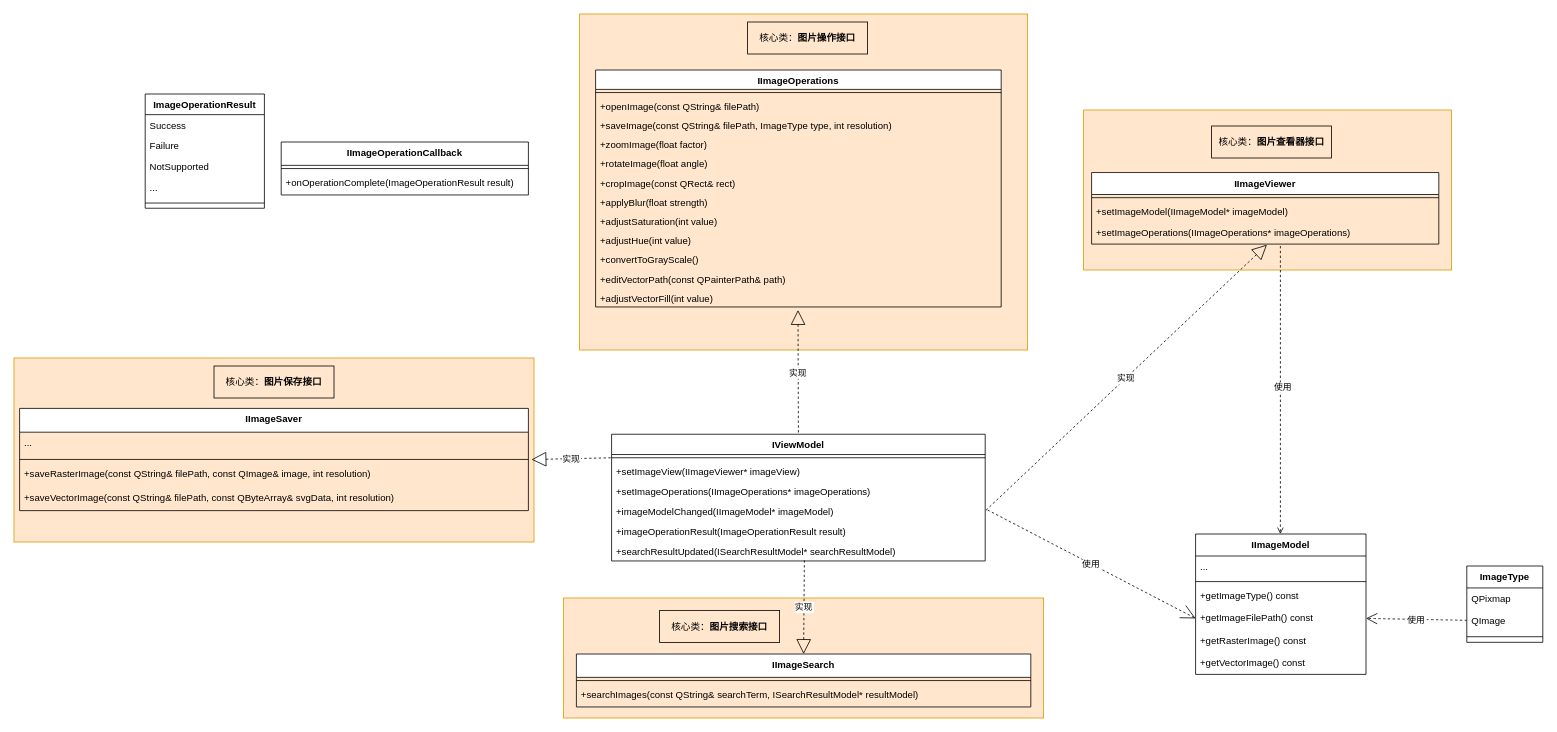
This is 未命名绘图.drawio from YDLinStars/myblog, a draw.io file, before an edit. Source tidied: cells renumbered, new cells numbered last; positions are measured from the earlier drawing's top-left corner, leaving out a move shared by most shapes. Both pictures are drawn from the tidied source at 80%, with x=0, y=0 at pixel (14, 14).
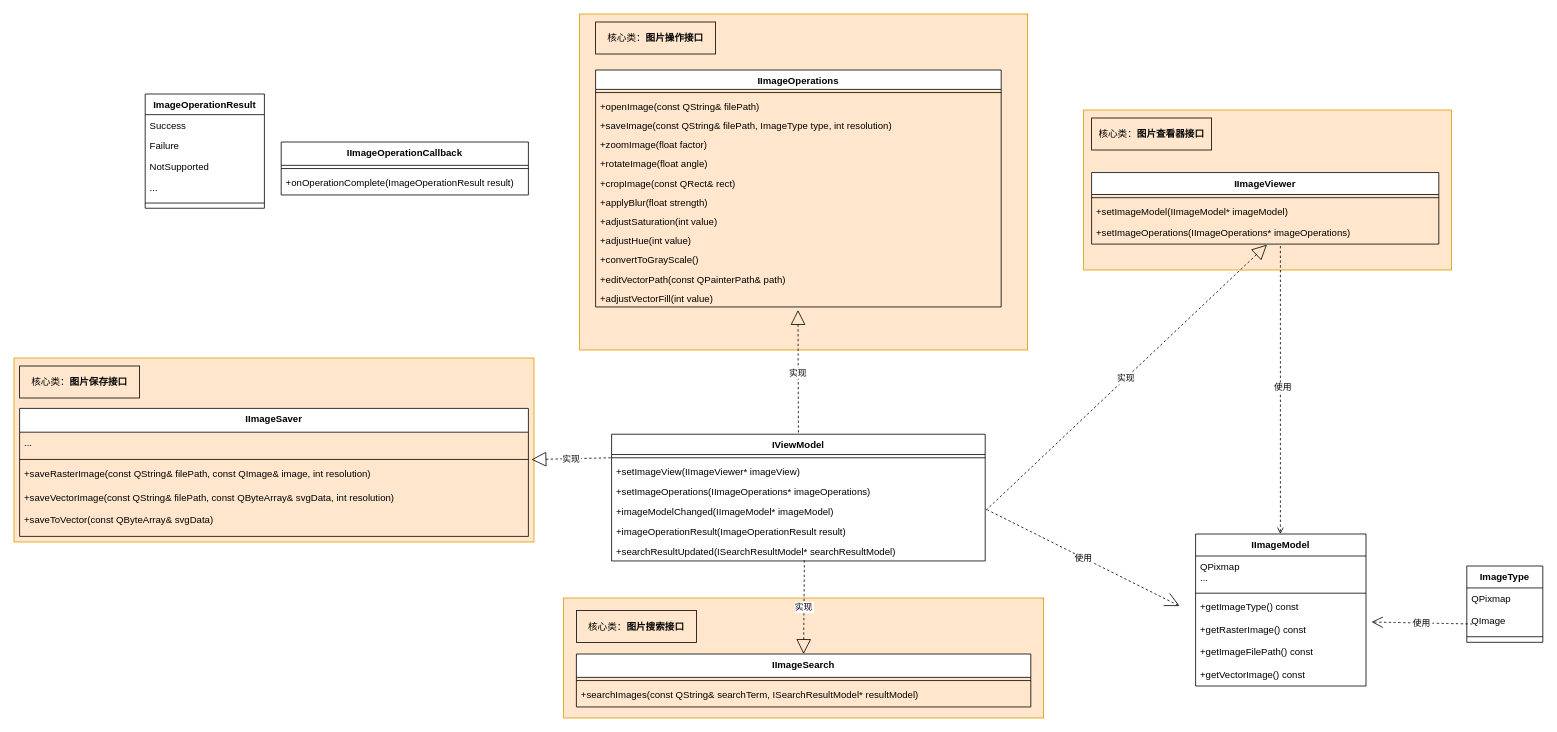
Above is the later version.

Unchanged cells that the change refers to:
```xml
<mxCell id="8" value="QImage" style="text;strokeColor=none;fillColor=none;align=left;verticalAlign=top;spacingLeft=4;spacingRight=4;overflow=hidden;points=[[0,0.5],[1,0.5]];portConstraint=eastwest;" parent="6" vertex="1">
  <mxGeometry y="54.4" width="95" height="27" as="geometry" />
</mxCell>
```

The edit, as a diff of the source:
```diff
@@
     <mxCell id="10" value="IImageModel" style="swimlane;fontStyle=1;align=center;verticalAlign=top;horizontal=1;startSize=27.5;" parent="1" vertex="1">
-      <mxGeometry x="1477" y="650" width="213" height="175.5" as="geometry" />
+      <mxGeometry x="1477" y="650" width="213" height="190" as="geometry" />
     </mxCell>
-    <mxCell id="11" value="..." style="text;strokeColor=none;fillColor=none;align=left;verticalAlign=top;spacingLeft=4;spacingRight=4;overflow=hidden;" parent="10" vertex="1">
-      <mxGeometry y="27.5" width="213" height="28" as="geometry" />
+    <mxCell id="11" value="QPixmap&#10;..." style="text;strokeColor=none;fillColor=none;align=left;verticalAlign=top;spacingLeft=4;spacingRight=4;overflow=hidden;" parent="10" vertex="1">
+      <mxGeometry y="27.5" width="213" height="42.5" as="geometry" />
     </mxCell>
     <mxCell id="12" style="line;strokeWidth=1;fillColor=none;align=left;verticalAlign=middle;spacingTop=-1;spacingLeft=3;spacingRight=3;labelPosition=right;strokeColor=inherit;" parent="10" vertex="1">
-      <mxGeometry y="55.5" width="213" height="8" as="geometry" />
+      <mxGeometry y="70" width="213" height="8" as="geometry" />
     </mxCell>
     <mxCell id="13" value="+getImageType() const" style="text;strokeColor=none;fillColor=none;align=left;verticalAlign=top;spacingLeft=4;spacingRight=4;overflow=hidden;" parent="10" vertex="1">
-      <mxGeometry y="63.5" width="213" height="28" as="geometry" />
+      <mxGeometry y="78" width="213" height="28" as="geometry" />
     </mxCell>
+    <mxCell id="15" value="+getRasterImage() const" style="text;strokeColor=none;fillColor=none;align=left;verticalAlign=top;spacingLeft=4;spacingRight=4;overflow=hidden;" parent="10" vertex="1">
+      <mxGeometry y="106" width="213" height="28" as="geometry" />
+    </mxCell>
     <mxCell id="14" value="+getImageFilePath() const" style="text;strokeColor=none;fillColor=none;align=left;verticalAlign=top;spacingLeft=4;spacingRight=4;overflow=hidden;points=[[0,0.5],[1,0.5]];portConstraint=eastwest;" parent="10" vertex="1">
-      <mxGeometry y="91.5" width="213" height="28" as="geometry" />
+      <mxGeometry y="134" width="213" height="28" as="geometry" />
     </mxCell>
-    <mxCell id="15" value="+getRasterImage() const" style="text;strokeColor=none;fillColor=none;align=left;verticalAlign=top;spacingLeft=4;spacingRight=4;overflow=hidden;" parent="10" vertex="1">
-      <mxGeometry y="119.5" width="213" height="28" as="geometry" />
-    </mxCell>
     <mxCell id="16" value="+getVectorImage() const" style="text;strokeColor=none;fillColor=none;align=left;verticalAlign=top;spacingLeft=4;spacingRight=4;overflow=hidden;" parent="10" vertex="1">
-      <mxGeometry y="147.5" width="213" height="28" as="geometry" />
+      <mxGeometry y="162" width="213" height="28" as="geometry" />
     </mxCell>
@@
     <mxCell id="48" value="IImageSaver" style="swimlane;fontStyle=1;align=center;verticalAlign=top;horizontal=1;startSize=29.75;" parent="1" vertex="1">
-      <mxGeometry x="7" y="493" width="636" height="127.8" as="geometry" />
+      <mxGeometry x="7" y="493" width="636" height="160" as="geometry" />
     </mxCell>
@@
-    <mxCell id="52" value="+saveVectorImage(const QString&amp; filePath, const QByteArray&amp; svgData, int resolution)" style="text;strokeColor=none;fillColor=none;align=left;verticalAlign=top;spacingLeft=4;spacingRight=4;overflow=hidden;" parent="48" vertex="1">
-      <mxGeometry y="97.8" width="636" height="30" as="geometry" />
+    <mxCell id="52" value="+saveVectorImage(const QString&amp; filePath, const QByteArray&amp; svgData, int resolution)&#10;&#10;+saveToVector(const QByteArray&amp; svgData)" style="text;strokeColor=none;fillColor=none;align=left;verticalAlign=top;spacingLeft=4;spacingRight=4;overflow=hidden;" parent="48" vertex="1">
+      <mxGeometry y="97.8" width="636" height="62.2" as="geometry" />
     </mxCell>
@@
-    <mxCell id="60" value="使用" style="curved=1;dashed=1;startArrow=none;endArrow=open;endSize=12;entryX=1;entryY=0.5;rounded=0;entryDx=0;entryDy=0;exitX=0;exitY=0.5;exitDx=0;exitDy=0;" parent="1" edge="1" source="8" target="14">
-      <mxGeometry relative="1" as="geometry" />
+    <mxCell id="60" value="使用" style="curved=1;dashed=1;startArrow=none;endArrow=open;endSize=12;entryX=1;entryY=0.5;rounded=0;entryDx=0;entryDy=0;exitX=0;exitY=0.5;exitDx=0;exitDy=0;" parent="1" edge="1">
+      <mxGeometry relative="1" as="geometry">
+        <mxPoint x="1823" y="762.5" as="sourcePoint" />
+        <mxPoint x="1697" y="760" as="targetPoint" />
+      </mxGeometry>
     </mxCell>
-    <mxCell id="61" value="使用" style="dashed=1;startArrow=open;startSize=16;startFill=0;endArrow=none;rounded=0;exitX=0;exitY=0.5;exitDx=0;exitDy=0;" parent="1" edge="1" source="14">
+    <mxCell id="61" value="使用" style="dashed=1;startArrow=open;startSize=16;startFill=0;endArrow=none;rounded=0;" parent="1" edge="1">
       <mxGeometry relative="1" as="geometry">
+        <mxPoint x="1457" y="740" as="sourcePoint" />
         <mxPoint x="1217" y="620" as="targetPoint" />
       </mxGeometry>
     </mxCell>
@@
     <mxCell id="65" value="&lt;font style=&quot;font-size: 12px;&quot;&gt;核心类：&lt;b&gt;图片操作接口&lt;/b&gt;&lt;/font&gt;" style="text;strokeColor=default;align=center;fillColor=none;html=1;verticalAlign=middle;whiteSpace=wrap;rounded=0;fontFamily=宋体;" parent="1" vertex="1">
-      <mxGeometry x="917" y="10" width="150" height="40" as="geometry" />
+      <mxGeometry x="727" y="10" width="150" height="40" as="geometry" />
     </mxCell>
     <mxCell id="66" value="&lt;font style=&quot;font-size: 12px;&quot;&gt;核心类：&lt;b&gt;图片保存接口&lt;/b&gt;&lt;/font&gt;" style="text;strokeColor=default;align=center;fillColor=none;html=1;verticalAlign=middle;whiteSpace=wrap;rounded=0;fontFamily=宋体;" parent="1" vertex="1">
-      <mxGeometry x="250" y="440" width="150" height="40" as="geometry" />
+      <mxGeometry x="7" y="440" width="150" height="40" as="geometry" />
     </mxCell>
@@
     <mxCell id="68" value="&lt;font style=&quot;font-size: 12px;&quot;&gt;核心类：&lt;/font&gt;&lt;b&gt;图片查看器接口&lt;/b&gt;" style="text;strokeColor=default;align=center;fillColor=none;html=1;verticalAlign=middle;whiteSpace=wrap;rounded=0;fontFamily=宋体;" parent="1" vertex="1">
-      <mxGeometry x="1497" y="140" width="150" height="40" as="geometry" />
+      <mxGeometry x="1347" y="130" width="150" height="40" as="geometry" />
     </mxCell>
     <mxCell id="69" value="&lt;font style=&quot;font-size: 12px;&quot;&gt;核心类：&lt;b&gt;图片搜索接口&lt;/b&gt;&lt;/font&gt;" style="text;strokeColor=default;align=center;fillColor=none;html=1;verticalAlign=middle;whiteSpace=wrap;rounded=0;fontFamily=宋体;" parent="1" vertex="1">
-      <mxGeometry x="807" y="745.5" width="150" height="40" as="geometry" />
+      <mxGeometry x="703" y="745.5" width="150" height="40" as="geometry" />
     </mxCell>
```
